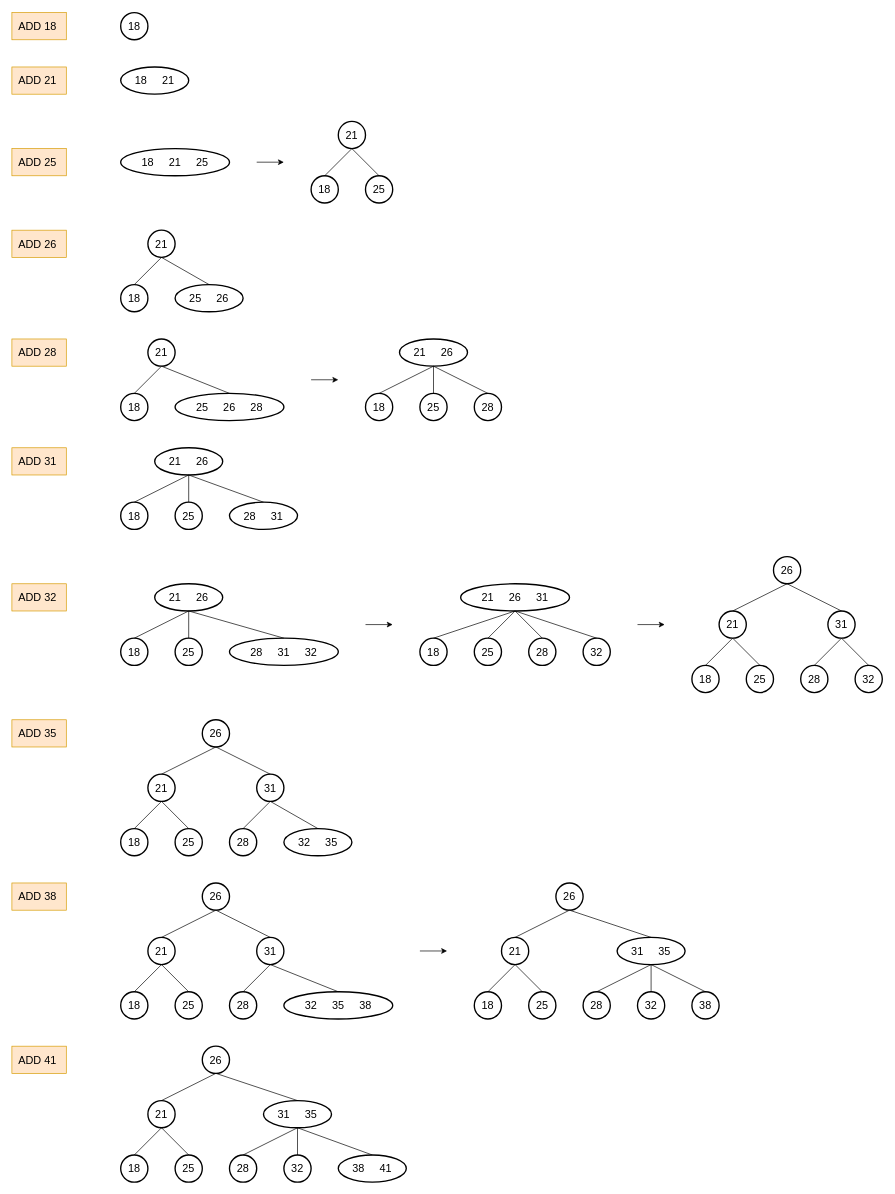
Earlier version of the draw.io diagram Module 15/Q10.drawio (kike123x/CS111C). Source tidied: cells renumbered, new cells numbered last; positions are measured from the earlier drawing's top-left corner, leaving out a move shared by most shapes. Both pictures are drawn from the tidied source at 68%, with x=0, y=0 at pixel (12, 12).
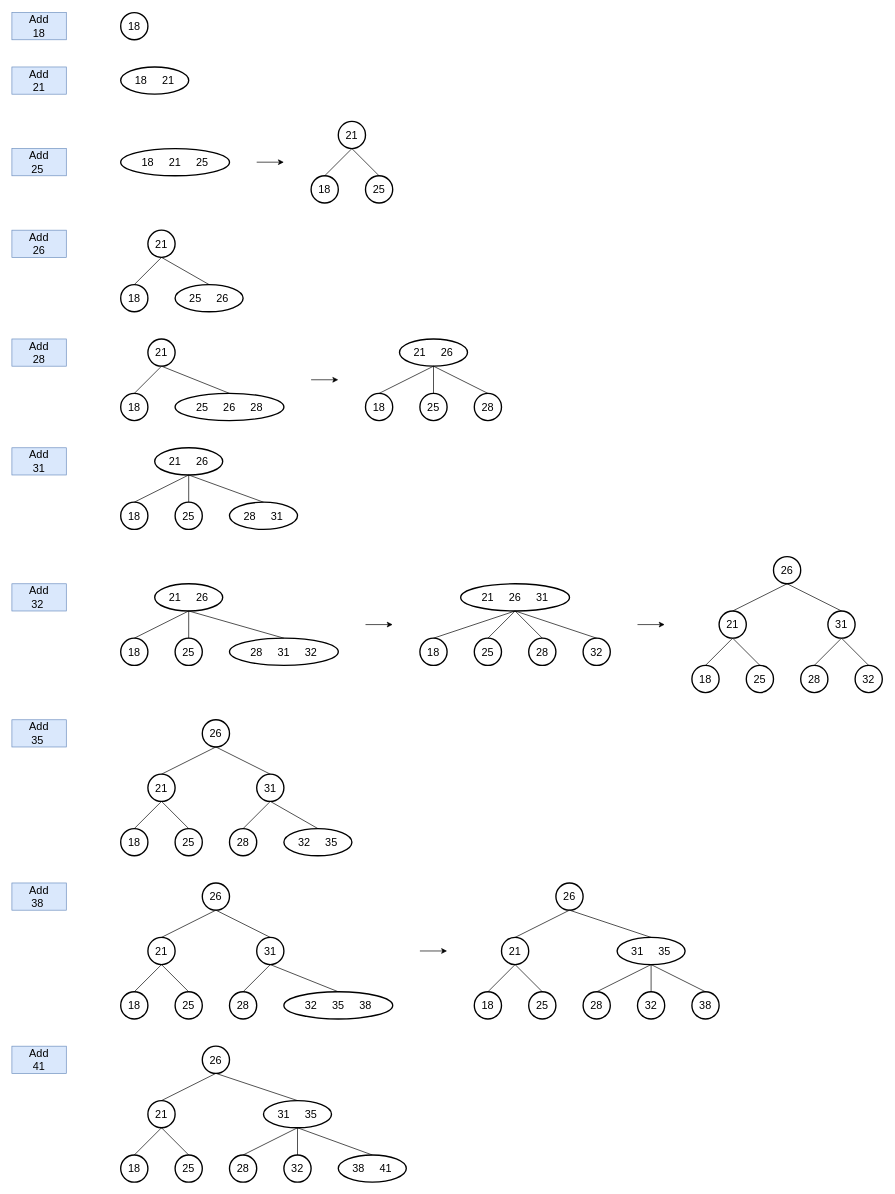
The same page after the edit.

Diff of the diagram source:
```diff
@@
-    <mxCell id="2" value="ADD 18&amp;nbsp;" style="text;html=1;strokeColor=#d79b00;fillColor=#ffe6cc;align=center;verticalAlign=middle;whiteSpace=wrap;rounded=0;fontSize=16;" parent="1" vertex="1">
+    <mxCell id="2" value="Add&lt;br&gt;&amp;nbsp;18&amp;nbsp;" style="text;html=1;strokeColor=#6c8ebf;fillColor=#dae8fc;align=center;verticalAlign=middle;whiteSpace=wrap;rounded=0;fontSize=16;" parent="1" vertex="1">
       <mxGeometry width="80" height="40" as="geometry" />
     </mxCell>
@@
-    <mxCell id="4" value="ADD 21&amp;nbsp;" style="text;html=1;strokeColor=#d79b00;fillColor=#ffe6cc;align=center;verticalAlign=middle;whiteSpace=wrap;rounded=0;fontSize=16;" parent="1" vertex="1">
+    <mxCell id="4" value="Add&lt;br&gt;&amp;nbsp;21&amp;nbsp;" style="text;html=1;strokeColor=#6c8ebf;fillColor=#dae8fc;align=center;verticalAlign=middle;whiteSpace=wrap;rounded=0;fontSize=16;" parent="1" vertex="1">
       <mxGeometry y="80" width="80" height="40" as="geometry" />
     </mxCell>
@@
-    <mxCell id="6" value="ADD 25&amp;nbsp;" style="text;html=1;strokeColor=#d79b00;fillColor=#ffe6cc;align=center;verticalAlign=middle;whiteSpace=wrap;rounded=0;fontSize=16;" parent="1" vertex="1">
+    <mxCell id="6" value="Add &lt;br&gt;25&amp;nbsp;" style="text;html=1;strokeColor=#6c8ebf;fillColor=#dae8fc;align=center;verticalAlign=middle;whiteSpace=wrap;rounded=0;fontSize=16;" parent="1" vertex="1">
       <mxGeometry y="200" width="80" height="40" as="geometry" />
     </mxCell>
@@
-    <mxCell id="14" value="ADD 26&amp;nbsp;" style="text;html=1;strokeColor=#d79b00;fillColor=#ffe6cc;align=center;verticalAlign=middle;whiteSpace=wrap;rounded=0;fontSize=16;" parent="1" vertex="1">
+    <mxCell id="14" value="Add&lt;br&gt;&amp;nbsp;26&amp;nbsp;" style="text;html=1;strokeColor=#6c8ebf;fillColor=#dae8fc;align=center;verticalAlign=middle;whiteSpace=wrap;rounded=0;fontSize=16;" parent="1" vertex="1">
       <mxGeometry y="320" width="80" height="40" as="geometry" />
     </mxCell>
@@
-    <mxCell id="20" value="ADD 28&amp;nbsp;" style="text;html=1;strokeColor=#d79b00;fillColor=#ffe6cc;align=center;verticalAlign=middle;whiteSpace=wrap;rounded=0;fontSize=16;" parent="1" vertex="1">
+    <mxCell id="20" value="Add&lt;br&gt;&amp;nbsp;28&amp;nbsp;" style="text;html=1;strokeColor=#6c8ebf;fillColor=#dae8fc;align=center;verticalAlign=middle;whiteSpace=wrap;rounded=0;fontSize=16;" parent="1" vertex="1">
       <mxGeometry y="480" width="80" height="40" as="geometry" />
     </mxCell>
@@
-    <mxCell id="34" value="ADD 31&amp;nbsp;" style="text;html=1;strokeColor=#d79b00;fillColor=#ffe6cc;align=center;verticalAlign=middle;whiteSpace=wrap;rounded=0;fontSize=16;" parent="1" vertex="1">
+    <mxCell id="34" value="Add&lt;br&gt;&amp;nbsp;31&amp;nbsp;" style="text;html=1;strokeColor=#6c8ebf;fillColor=#dae8fc;align=center;verticalAlign=middle;whiteSpace=wrap;rounded=0;fontSize=16;" parent="1" vertex="1">
       <mxGeometry y="640" width="80" height="40" as="geometry" />
     </mxCell>
-    <mxCell id="35" value="ADD 32&amp;nbsp;" style="text;html=1;strokeColor=#d79b00;fillColor=#ffe6cc;align=center;verticalAlign=middle;whiteSpace=wrap;rounded=0;fontSize=16;" parent="1" vertex="1">
+    <mxCell id="35" value="Add &lt;br&gt;32&amp;nbsp;" style="text;html=1;strokeColor=#6c8ebf;fillColor=#dae8fc;align=center;verticalAlign=middle;whiteSpace=wrap;rounded=0;fontSize=16;" parent="1" vertex="1">
       <mxGeometry y="840" width="80" height="40" as="geometry" />
     </mxCell>
@@
-    <mxCell id="74" value="ADD 35&amp;nbsp;" style="text;html=1;strokeColor=#d79b00;fillColor=#ffe6cc;align=center;verticalAlign=middle;whiteSpace=wrap;rounded=0;fontSize=16;" parent="1" vertex="1">
+    <mxCell id="74" value="Add &lt;br&gt;35&amp;nbsp;" style="text;html=1;strokeColor=#6c8ebf;fillColor=#dae8fc;align=center;verticalAlign=middle;whiteSpace=wrap;rounded=0;fontSize=16;" parent="1" vertex="1">
       <mxGeometry y="1040" width="80" height="40" as="geometry" />
     </mxCell>
@@
-    <mxCell id="88" value="ADD 38&amp;nbsp;" style="text;html=1;strokeColor=#d79b00;fillColor=#ffe6cc;align=center;verticalAlign=middle;whiteSpace=wrap;rounded=0;fontSize=16;" parent="1" vertex="1">
+    <mxCell id="88" value="Add &lt;br&gt;38&amp;nbsp;" style="text;html=1;strokeColor=#6c8ebf;fillColor=#dae8fc;align=center;verticalAlign=middle;whiteSpace=wrap;rounded=0;fontSize=16;" parent="1" vertex="1">
       <mxGeometry y="1280" width="80" height="40" as="geometry" />
     </mxCell>
@@
-    <mxCell id="118" value="ADD 41&amp;nbsp;" style="text;html=1;strokeColor=#d79b00;fillColor=#ffe6cc;align=center;verticalAlign=middle;whiteSpace=wrap;rounded=0;fontSize=16;" parent="1" vertex="1">
+    <mxCell id="118" value="Add&lt;br&gt;&amp;nbsp;41&amp;nbsp;" style="text;html=1;strokeColor=#6c8ebf;fillColor=#dae8fc;align=center;verticalAlign=middle;whiteSpace=wrap;rounded=0;fontSize=16;" parent="1" vertex="1">
       <mxGeometry y="1520" width="80" height="40" as="geometry" />
     </mxCell>
```
